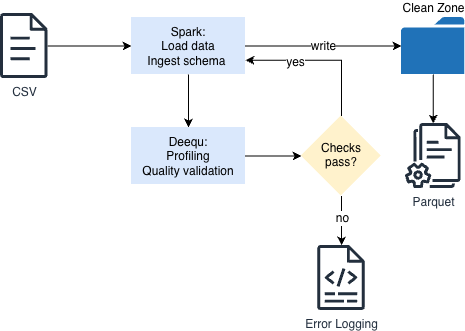
The draw.io diagram images/blueprint.png in russochecco/deequ-pyspark-dq, before a commit. Source tidied: cells renumbered, new cells last; positions are measured from the earlier drawing's top-left corner, leaving out a move shared by most shapes.
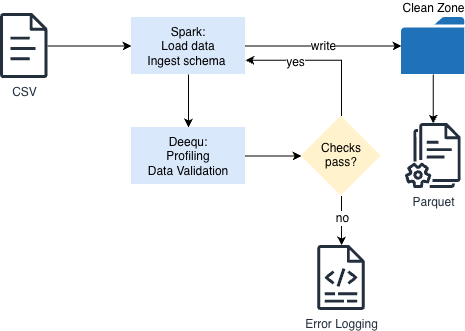
The same file after the commit.

The edit, as a diff of the source:
```diff
@@ -22,7 +22,7 @@
     <mxCell id="7" style="edgeStyle=orthogonalEdgeStyle;rounded=0;jettySize=auto;html=1;fontSize=12;" parent="1" edge="1" source="8" target="13">
       <mxGeometry relative="1" as="geometry" />
     </mxCell>
-    <mxCell id="8" value="Deequ:&lt;div&gt;Profiling&lt;/div&gt;&lt;div&gt;Quality validation&lt;/div&gt;" style="rounded=0;whiteSpace=wrap;html=1;strokeColor=none;fillColor=#dae8fc;align=center;verticalAlign=middle;fontSize=12;" parent="1" vertex="1">
+    <mxCell id="8" value="Deequ:&lt;div&gt;Profiling&lt;/div&gt;&lt;div&gt;Data Validation&lt;/div&gt;" style="rounded=0;whiteSpace=wrap;html=1;strokeColor=none;fillColor=#dae8fc;align=center;verticalAlign=middle;fontSize=12;" parent="1" vertex="1">
       <mxGeometry x="131" y="114" width="114" height="57" as="geometry" />
     </mxCell>
     <mxCell id="9" style="edgeStyle=orthogonalEdgeStyle;rounded=0;jettySize=auto;html=1;fontSize=12;" parent="1" edge="1" source="13" target="14">
```
